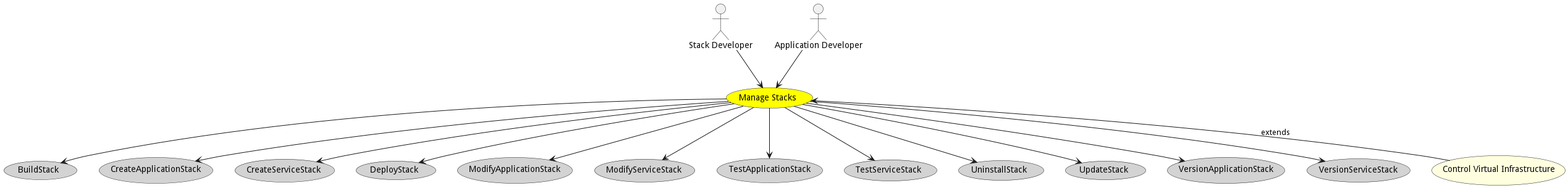
madajaju/edgemere keeps this PlantUML diagram as docs/edgemere/sml/so/usecases/managestacks/Activities.png. Above is the earlier version.
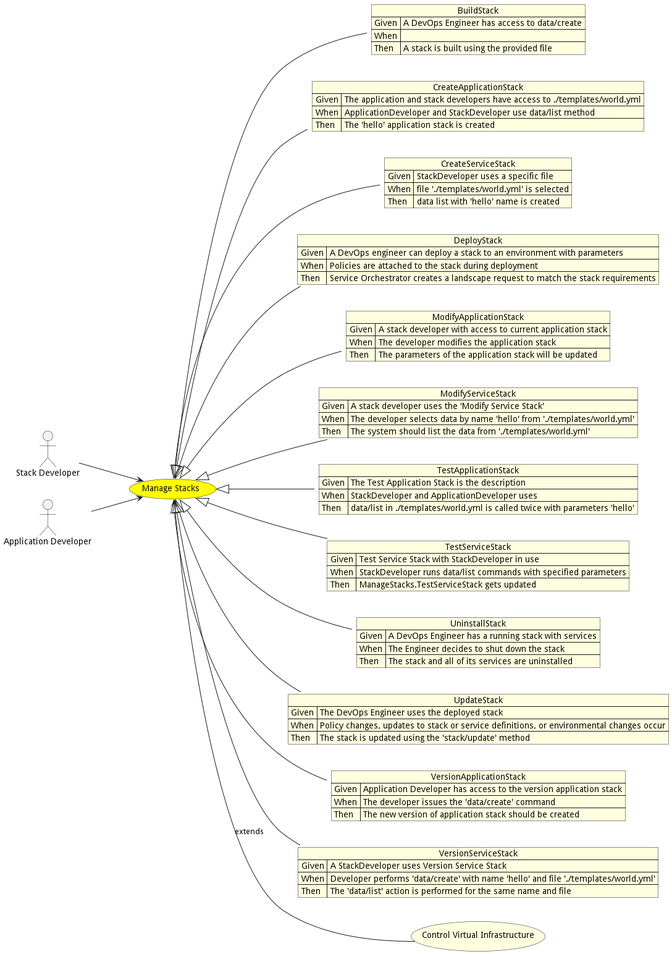
The same file after the commit.

Diff of the diagram source:
```diff
@@ -1,5 +1,7 @@
 @startuml
 
+
+left to right direction
 
 usecase "Manage Stacks" as ManageStacks #yellow
 
@@ -13,53 +15,101 @@
 
 
 
-usecase "BuildStack" as BuildStack #lightgrey
+json BuildStack #lightyellow {
+    "Given": "A DevOps Engineer has access to data/create",
+    "When": "",
+    "Then": "A stack is built using the provided file"
+}
 
-ManageStacks --> BuildStack
+ManageStacks <|-- BuildStack
 
-usecase "CreateApplicationStack" as CreateApplicationStack #lightgrey
+json CreateApplicationStack #lightyellow {
+    "Given": "The application and stack developers have access to ./templates/world.yml",
+    "When": "ApplicationDeveloper and StackDeveloper use data/list method",
+    "Then": "The &#39;hello&#39; application stack is created"
+}
 
-ManageStacks --> CreateApplicationStack
+ManageStacks <|-- CreateApplicationStack
 
-usecase "CreateServiceStack" as CreateServiceStack #lightgrey
+json CreateServiceStack #lightyellow {
+    "Given": "StackDeveloper uses a specific file",
+    "When": "file &#39;./templates/world.yml&#39; is selected",
+    "Then": "data list with &#39;hello&#39; name is created"
+}
 
-ManageStacks --> CreateServiceStack
+ManageStacks <|-- CreateServiceStack
 
-usecase "DeployStack" as DeployStack #lightgrey
+json DeployStack #lightyellow {
+    "Given": "A DevOps engineer can deploy a stack to an environment with parameters",
+    "When": "Policies are attached to the stack during deployment",
+    "Then": "Service Orchestrator creates a landscape request to match the stack requirements"
+}
 
-ManageStacks --> DeployStack
+ManageStacks <|-- DeployStack
 
-usecase "ModifyApplicationStack" as ModifyApplicationStack #lightgrey
+json ModifyApplicationStack #lightyellow {
+    "Given": "A stack developer with access to current application stack",
+    "When": "The developer modifies the application stack",
+    "Then": "The parameters of the application stack will be updated"
+}
 
-ManageStacks --> ModifyApplicationStack
+ManageStacks <|-- ModifyApplicationStack
 
-usecase "ModifyServiceStack" as ModifyServiceStack #lightgrey
+json ModifyServiceStack #lightyellow {
+    "Given": "A stack developer uses the &#39;Modify Service Stack&#39;",
+    "When": "The developer selects data by name &#39;hello&#39; from &#39;./templates/world.yml&#39;",
+    "Then": "The system should list the data from &#39;./templates/world.yml&#39;"
+}
 
-ManageStacks --> ModifyServiceStack
+ManageStacks <|-- ModifyServiceStack
 
-usecase "TestApplicationStack" as TestApplicationStack #lightgrey
+json TestApplicationStack #lightyellow {
+    "Given": "The Test Application Stack is the description",
+    "When": "StackDeveloper and ApplicationDeveloper uses",
+    "Then": "data/list in ./templates/world.yml is called twice with parameters &#39;hello&#39;"
+}
 
-ManageStacks --> TestApplicationStack
+ManageStacks <|-- TestApplicationStack
 
-usecase "TestServiceStack" as TestServiceStack #lightgrey
+json TestServiceStack #lightyellow {
+    "Given": "Test Service Stack with StackDeveloper in use",
+    "When": "StackDeveloper runs data/list commands with specified parameters",
+    "Then": "ManageStacks.TestServiceStack gets updated"
+}
 
-ManageStacks --> TestServiceStack
+ManageStacks <|-- TestServiceStack
 
-usecase "UninstallStack" as UninstallStack #lightgrey
+json UninstallStack #lightyellow {
+    "Given": "A DevOps Engineer has a running stack with services",
+    "When": "The Engineer decides to shut down the stack",
+    "Then": "The stack and all of its services are uninstalled"
+}
 
-ManageStacks --> UninstallStack
+ManageStacks <|-- UninstallStack
 
-usecase "UpdateStack" as UpdateStack #lightgrey
+json UpdateStack #lightyellow {
+    "Given": "The DevOps Engineer uses the deployed stack",
+    "When": "Policy changes, updates to stack or service definitions, or environmental changes occur",
+    "Then": "The stack is updated using the &#39;stack/update&#39; method"
+}
 
-ManageStacks --> UpdateStack
+ManageStacks <|-- UpdateStack
 
-usecase "VersionApplicationStack" as VersionApplicationStack #lightgrey
+json VersionApplicationStack #lightyellow {
+    "Given": "Application Developer has access to the version application stack",
+    "When": "The developer issues the &#39;data/create&#39; command",
+    "Then": "The new version of application stack should be created"
+}
 
-ManageStacks --> VersionApplicationStack
+ManageStacks <|-- VersionApplicationStack
 
-usecase "VersionServiceStack" as VersionServiceStack #lightgrey
+json VersionServiceStack #lightyellow {
+    "Given": "A StackDeveloper uses Version Service Stack",
+    "When": "Developer performs &#39;data/create&#39; with name &#39;hello&#39; and file &#39;./templates/world.yml&#39;",
+    "Then": "The &#39;data/list&#39; action is performed for the same name and file"
+}
 
-ManageStacks --> VersionServiceStack
+ManageStacks <|-- VersionServiceStack
 
 
 
```
